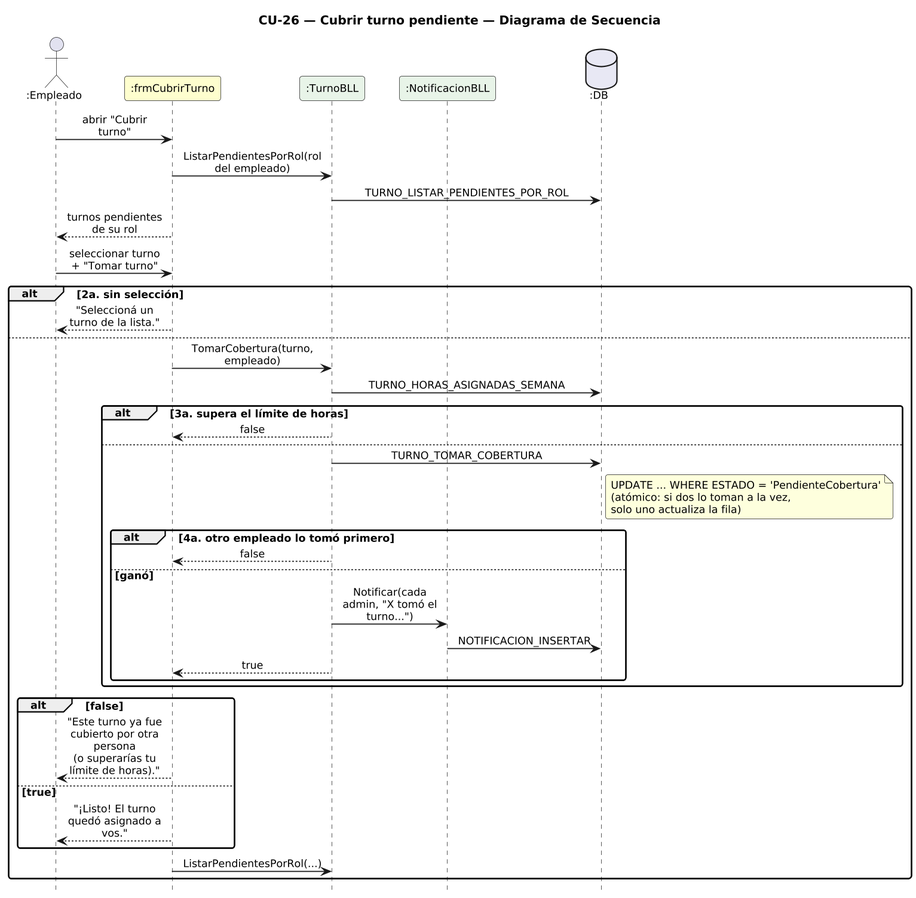
The PlantUML diagram DIAGRAMAS/DiagramaSecuencia_CU26_CubrirTurno.png in Urrels/ingenieria_software, before a commit.
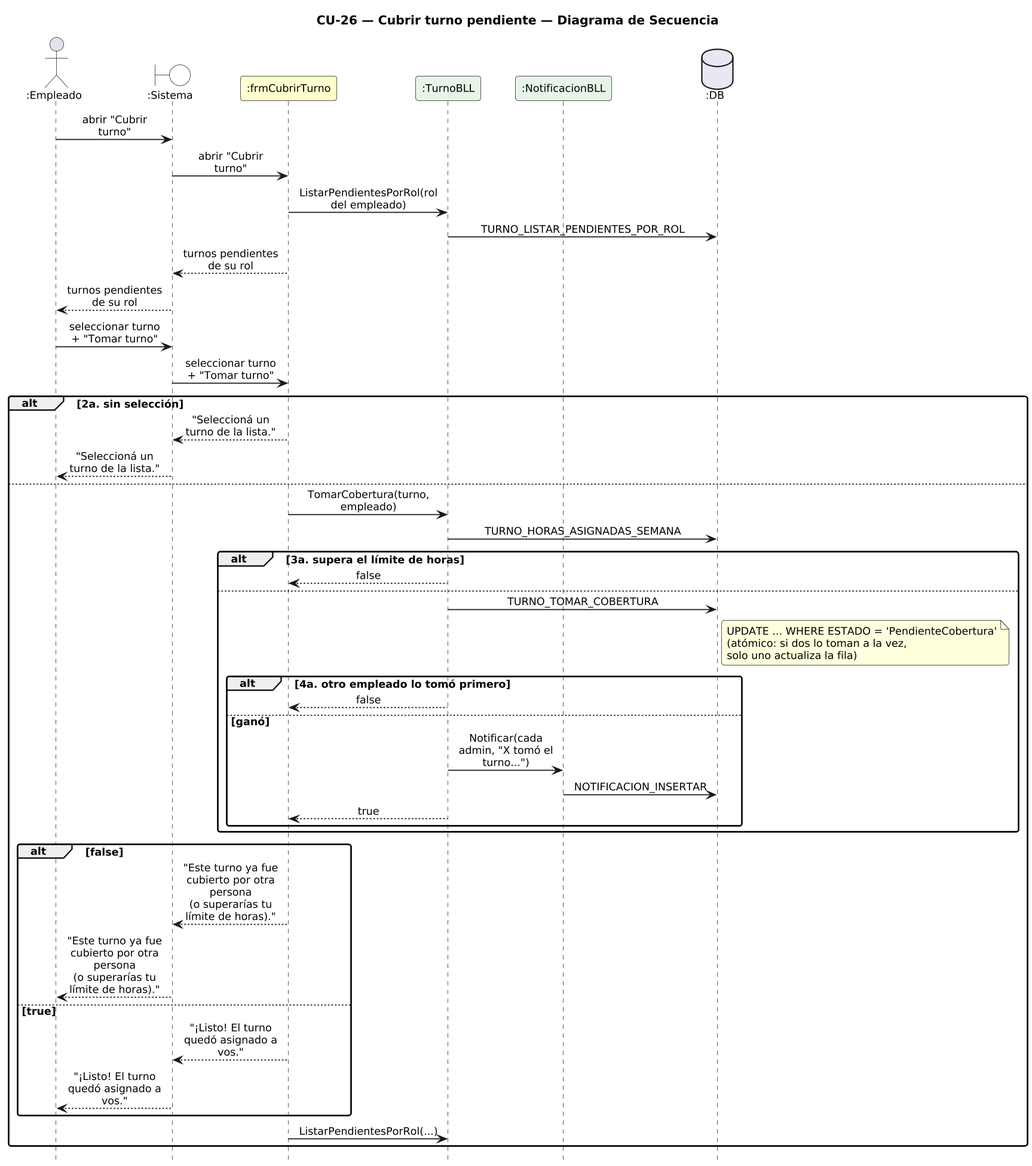
After the change.

What changed in the source:
```diff
@@ -14,18 +14,23 @@
 hide footbox
 
 actor ":Empleado" as E
+boundary ":Sistema" as SYS #FFFFFF
 participant ":frmCubrirTurno" as F #FEFECE
 participant ":TurnoBLL" as T #E8F4E8
 participant ":NotificacionBLL" as N #E8F4E8
 database ":DB" as DB #E8E8F4
 
-E -> F : abrir "Cubrir turno"
+E -> SYS : abrir "Cubrir turno"
+SYS -> F : abrir "Cubrir turno"
 F -> T : ListarPendientesPorRol(rol del empleado)
 T -> DB : TURNO_LISTAR_PENDIENTES_POR_ROL
-F --> E : turnos pendientes de su rol
-E -> F : seleccionar turno + "Tomar turno"
+F --> SYS : turnos pendientes de su rol
+SYS --> E : turnos pendientes de su rol
+E -> SYS : seleccionar turno + "Tomar turno"
+SYS -> F : seleccionar turno + "Tomar turno"
 alt 2a. sin selección
-  F --> E : "Seleccioná un turno de la lista."
+  F --> SYS : "Seleccioná un turno de la lista."
+  SYS --> E : "Seleccioná un turno de la lista."
 else
   F -> T : TomarCobertura(turno, empleado)
   T -> DB : TURNO_HORAS_ASIGNADAS_SEMANA
@@ -47,9 +52,11 @@
     end
   end
   alt false
-    F --> E : "Este turno ya fue cubierto por otra persona\n(o superarías tu límite de horas)."
+    F --> SYS : "Este turno ya fue cubierto por otra persona\n(o superarías tu límite de horas)."
+    SYS --> E : "Este turno ya fue cubierto por otra persona\n(o superarías tu límite de horas)."
   else true
-    F --> E : "¡Listo! El turno quedó asignado a vos."
+    F --> SYS : "¡Listo! El turno quedó asignado a vos."
+    SYS --> E : "¡Listo! El turno quedó asignado a vos."
   end
   F -> T : ListarPendientesPorRol(...)
 end
```
